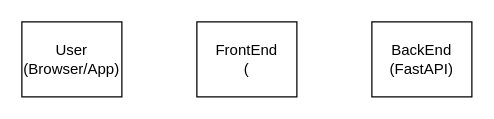
Earlier version of the draw.io diagram BabyEvent.drawio (nedAllen/MyUtils). Source tidied: cells renumbered, new cells numbered last; positions are measured from the earlier drawing's top-left corner, leaving out a move shared by most shapes. Both pictures are drawn from the tidied source at 125%, with x=0, y=0 at pixel (21, 21).
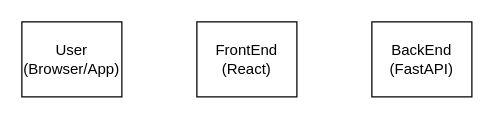
The same diagram, later.

Commit message:
BabyEvent.drawio이 추가되었습니다.

Change to the diagram source:
```diff
@@
 <mxGraphModel>
   <root>
     <mxCell id="0" />
     <mxCell id="1" parent="0" />
     <mxCell id="2" value="User&lt;div&gt;(Browser/App)&lt;/div&gt;" style="rounded=0;whiteSpace=wrap;html=1;" parent="1" vertex="1">
       <mxGeometry width="80" height="60" as="geometry" />
     </mxCell>
-    <mxCell id="3" value="FrontEnd&lt;div&gt;(&lt;/div&gt;" style="rounded=0;whiteSpace=wrap;html=1;" parent="1" vertex="1">
+    <mxCell id="3" value="FrontEnd&lt;div&gt;(React)&lt;/div&gt;" style="rounded=0;whiteSpace=wrap;html=1;" parent="1" vertex="1">
       <mxGeometry x="140" width="80" height="60" as="geometry" />
     </mxCell>
     <mxCell id="4" value="BackEnd&lt;div&gt;(FastAPI)&lt;/div&gt;" style="rounded=0;whiteSpace=wrap;html=1;" parent="1" vertex="1">
       <mxGeometry x="280" width="80" height="60" as="geometry" />
     </mxCell>
   </root>
 </mxGraphModel>
```
